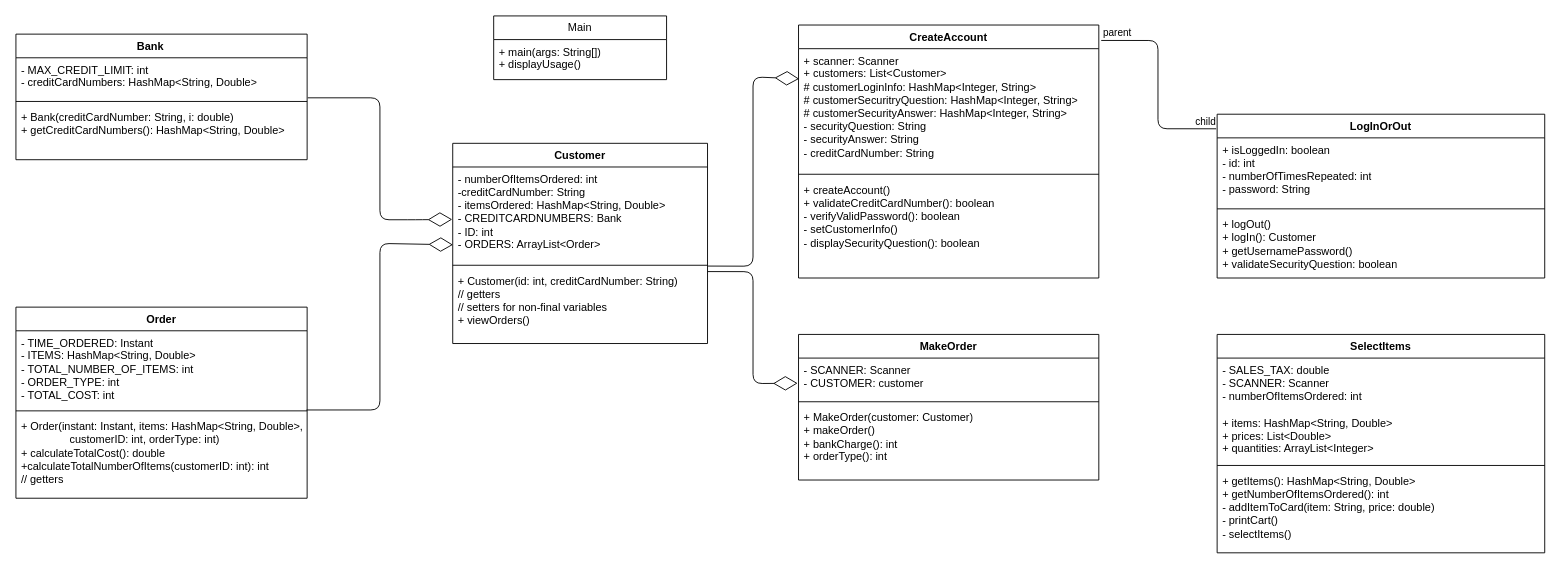
Above: Untitled Diagram.drawio in crapeter/UMLs (draw.io), before the change. Source tidied: cells renumbered, new cells numbered last; positions are measured from the earlier drawing's top-left corner, leaving out a move shared by most shapes. Both pictures are drawn from the tidied source at 91%, with x=0, y=0 at pixel (15, 15).
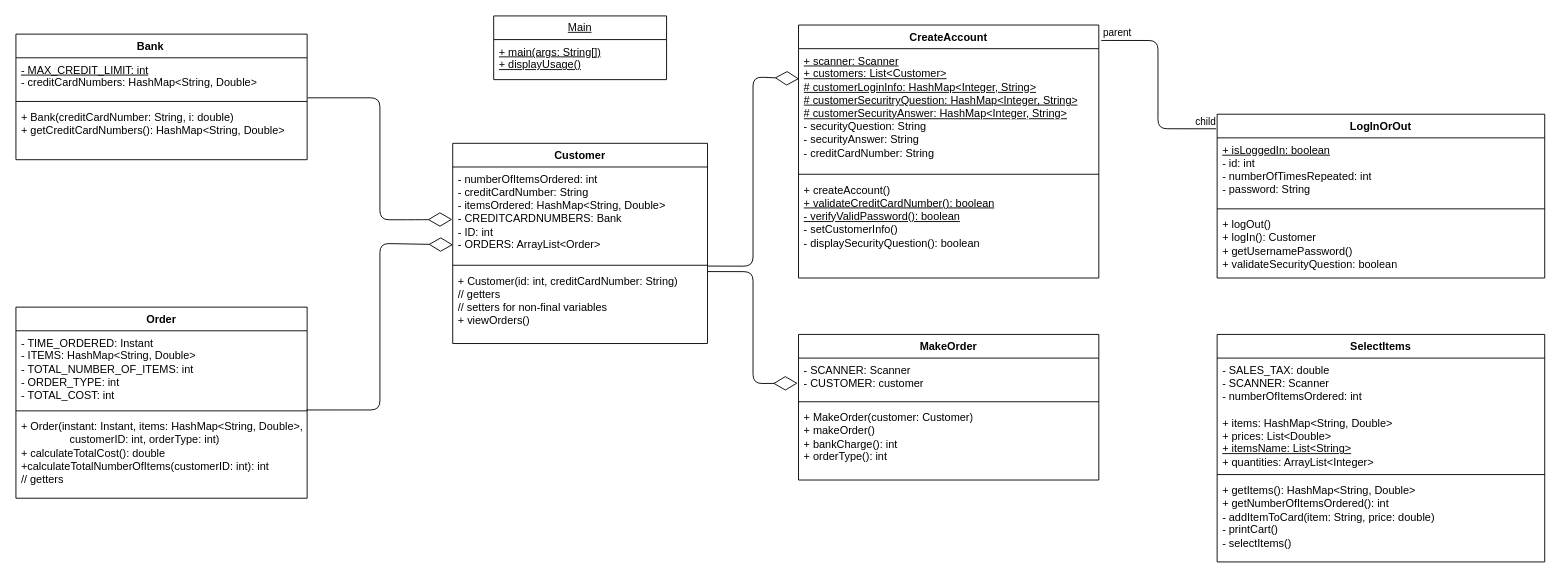
Above is the later version.

Unchanged cells that the change refers to:
```xml
<mxCell id="2" value="Bank&lt;span style=&quot;white-space: pre;&quot;&gt;&#9;&lt;/span&gt;" style="swimlane;fontStyle=1;align=center;verticalAlign=top;horizontal=1;startSize=26;whiteSpace=wrap;html=1;labelBackgroundColor=none;rounded=0;" parent="1" vertex="1">
  <mxGeometry y="20" width="320" height="138" as="geometry" />
</mxCell>
<mxCell id="6" value="CreateAccount" style="swimlane;fontStyle=1;align=center;verticalAlign=top;horizontal=1;startSize=26;whiteSpace=wrap;html=1;labelBackgroundColor=none;rounded=0;" parent="1" vertex="1">
  <mxGeometry x="860" y="10" width="330" height="278" as="geometry" />
</mxCell>
<mxCell id="10" value="Customer" style="swimlane;fontStyle=1;align=center;verticalAlign=top;horizontal=1;startSize=26;whiteSpace=wrap;html=1;labelBackgroundColor=none;rounded=0;" parent="1" vertex="1">
  <mxGeometry x="480" y="140" width="280" height="220" as="geometry" />
</mxCell>
<mxCell id="21" value="LogInOrOut" style="swimlane;fontStyle=1;align=center;verticalAlign=top;horizontal=1;startSize=26;whiteSpace=wrap;html=1;" parent="1" vertex="1">
  <mxGeometry x="1320" y="108" width="360" height="180" as="geometry" />
</mxCell>
```

Diff of the diagram source:
```diff
@@
-    <mxCell id="3" value="&lt;div&gt;- MAX_CREDIT_LIMIT: int&lt;/div&gt;&lt;div&gt;- creditCardNumbers: HashMap&amp;lt;String, Double&amp;gt;&lt;br&gt;&lt;/div&gt;" style="text;align=left;verticalAlign=top;spacingLeft=4;spacingRight=4;overflow=hidden;whiteSpace=wrap;html=1;labelBackgroundColor=none;rounded=0;" parent="2" vertex="1">
+    <mxCell id="3" value="&lt;div&gt;&lt;u&gt;- MAX_CREDIT_LIMIT: int&lt;/u&gt;&lt;/div&gt;&lt;div&gt;- creditCardNumbers: HashMap&amp;lt;String, Double&amp;gt;&lt;u&gt;&lt;br&gt;&lt;/u&gt;&lt;/div&gt;" style="text;align=left;verticalAlign=top;spacingLeft=4;spacingRight=4;overflow=hidden;whiteSpace=wrap;html=1;labelBackgroundColor=none;rounded=0;" parent="2" vertex="1">
       <mxGeometry y="26" width="320" height="44" as="geometry" />
     </mxCell>
@@
-    <mxCell id="7" value="&lt;div&gt;+ scanner: Scanner&lt;/div&gt;&lt;div&gt;+ customers: List&amp;lt;Customer&amp;gt;&lt;/div&gt;&lt;div&gt;# customerLoginInfo: HashMap&amp;lt;Integer, String&amp;gt;&lt;/div&gt;&lt;div&gt;# customerSecuritryQuestion: HashMap&amp;lt;Integer, String&amp;gt;&lt;/div&gt;&lt;div&gt;# customerSecurityAnswer: HashMap&amp;lt;Integer, String&amp;gt;&lt;/div&gt;&lt;div&gt;- securityQuestion: String&lt;/div&gt;&lt;div&gt;- securityAnswer: String&lt;/div&gt;&lt;div&gt;- creditCardNumber: String&lt;br&gt;&lt;/div&gt;" style="text;align=left;verticalAlign=top;spacingLeft=4;spacingRight=4;overflow=hidden;points=[[0,0.5],[1,0.5]];portConstraint=eastwest;whiteSpace=wrap;html=1;labelBackgroundColor=none;rounded=0;" parent="6" vertex="1">
+    <mxCell id="7" value="&lt;div&gt;&lt;u&gt;+ scanner: Scanner&lt;/u&gt;&lt;/div&gt;&lt;div&gt;&lt;u&gt;+ customers: List&amp;lt;Customer&amp;gt;&lt;/u&gt;&lt;/div&gt;&lt;div&gt;&lt;u&gt;# customerLoginInfo: HashMap&amp;lt;Integer, String&amp;gt;&lt;/u&gt;&lt;/div&gt;&lt;div&gt;&lt;u&gt;# customerSecuritryQuestion: HashMap&amp;lt;Integer, String&amp;gt;&lt;/u&gt;&lt;/div&gt;&lt;div&gt;&lt;u&gt;# customerSecurityAnswer: HashMap&amp;lt;Integer, String&amp;gt;&lt;/u&gt;&lt;/div&gt;&lt;div&gt;- securityQuestion: String&lt;/div&gt;&lt;div&gt;- securityAnswer: String&lt;/div&gt;&lt;div&gt;- creditCardNumber: String&lt;br&gt;&lt;/div&gt;" style="text;align=left;verticalAlign=top;spacingLeft=4;spacingRight=4;overflow=hidden;points=[[0,0.5],[1,0.5]];portConstraint=eastwest;whiteSpace=wrap;html=1;labelBackgroundColor=none;rounded=0;" parent="6" vertex="1">
       <mxGeometry y="26" width="330" height="134" as="geometry" />
     </mxCell>
@@
-    <mxCell id="9" value="&lt;div&gt;+ createAccount()&lt;/div&gt;&lt;div&gt;+ validateCreditCardNumber(): boolean&lt;/div&gt;&lt;div&gt;- verifyValidPassword(): boolean&lt;/div&gt;&lt;div&gt;- setCustomerInfo()&lt;/div&gt;&lt;div&gt;- displaySecurityQuestion(): boolean&lt;br&gt;&lt;/div&gt;" style="text;align=left;verticalAlign=top;spacingLeft=4;spacingRight=4;overflow=hidden;whiteSpace=wrap;html=1;labelBackgroundColor=none;rounded=0;" parent="6" vertex="1">
+    <mxCell id="9" value="&lt;div&gt;+ createAccount()&lt;/div&gt;&lt;div&gt;&lt;u&gt;+ validateCreditCardNumber(): boolean&lt;/u&gt;&lt;/div&gt;&lt;div&gt;&lt;u&gt;- verifyValidPassword(): boolean&lt;/u&gt;&lt;/div&gt;&lt;div&gt;- setCustomerInfo()&lt;/div&gt;&lt;div&gt;- displaySecurityQuestion(): boolean&lt;br&gt;&lt;/div&gt;" style="text;align=left;verticalAlign=top;spacingLeft=4;spacingRight=4;overflow=hidden;whiteSpace=wrap;html=1;labelBackgroundColor=none;rounded=0;" parent="6" vertex="1">
       <mxGeometry y="168" width="330" height="110" as="geometry" />
     </mxCell>
@@
-    <mxCell id="11" value="&lt;div&gt;- numberOfItemsOrdered: int&lt;/div&gt;&lt;div&gt;-creditCardNumber: String&lt;/div&gt;&lt;div&gt;- itemsOrdered: HashMap&amp;lt;String, Double&amp;gt;&lt;/div&gt;&lt;div&gt;- CREDITCARDNUMBERS: Bank&lt;/div&gt;&lt;div&gt;- ID: int&lt;/div&gt;&lt;div&gt;- ORDERS: ArrayList&amp;lt;Order&amp;gt;&lt;br&gt;&lt;/div&gt;" style="text;align=left;verticalAlign=top;spacingLeft=4;spacingRight=4;overflow=hidden;points=[[0,0.5],[1,0.5]];portConstraint=eastwest;whiteSpace=wrap;html=1;labelBackgroundColor=none;rounded=0;" parent="10" vertex="1">
+    <mxCell id="11" value="&lt;div&gt;- numberOfItemsOrdered: int&lt;/div&gt;&lt;div&gt;- creditCardNumber: String&lt;/div&gt;&lt;div&gt;- itemsOrdered: HashMap&amp;lt;String, Double&amp;gt;&lt;/div&gt;&lt;div&gt;- CREDITCARDNUMBERS: Bank&lt;/div&gt;&lt;div&gt;- ID: int&lt;/div&gt;&lt;div&gt;- ORDERS: ArrayList&amp;lt;Order&amp;gt;&lt;br&gt;&lt;/div&gt;" style="text;align=left;verticalAlign=top;spacingLeft=4;spacingRight=4;overflow=hidden;points=[[0,0.5],[1,0.5]];portConstraint=eastwest;whiteSpace=wrap;html=1;labelBackgroundColor=none;rounded=0;" parent="10" vertex="1">
       <mxGeometry y="26" width="280" height="104" as="geometry" />
     </mxCell>
@@
-    <mxCell id="22" value="&lt;div&gt;+ isLoggedIn: boolean&lt;/div&gt;&lt;div&gt;- id: int&lt;/div&gt;&lt;div&gt;- numberOfTimesRepeated: int&lt;/div&gt;&lt;div&gt;- password: String&lt;br&gt;&lt;/div&gt;" style="text;align=left;verticalAlign=top;spacingLeft=4;spacingRight=4;overflow=hidden;whiteSpace=wrap;html=1;" parent="21" vertex="1">
+    <mxCell id="22" value="&lt;div&gt;&lt;u&gt;+ isLoggedIn: boolean&lt;/u&gt;&lt;/div&gt;&lt;div&gt;- id: int&lt;/div&gt;&lt;div&gt;- numberOfTimesRepeated: int&lt;/div&gt;&lt;div&gt;- password: String&lt;br&gt;&lt;/div&gt;" style="text;align=left;verticalAlign=top;spacingLeft=4;spacingRight=4;overflow=hidden;whiteSpace=wrap;html=1;" parent="21" vertex="1">
       <mxGeometry y="26" width="360" height="74" as="geometry" />
     </mxCell>
@@
     <mxCell id="33" value="SelectItems" style="swimlane;fontStyle=1;align=center;verticalAlign=top;horizontal=1;startSize=26;whiteSpace=wrap;html=1;" parent="1" vertex="1">
-      <mxGeometry x="1320" y="350" width="360" height="240" as="geometry" />
+      <mxGeometry x="1320" y="350" width="360" height="250" as="geometry" />
     </mxCell>
-    <mxCell id="34" value="&lt;div&gt;- SALES_TAX: double&lt;/div&gt;&lt;div&gt;- SCANNER: Scanner&lt;/div&gt;&lt;div&gt;- numberOfItemsOrdered: int&lt;br&gt;&lt;/div&gt;&lt;div&gt;&lt;br&gt;&lt;/div&gt;&lt;div&gt;+ items: HashMap&amp;lt;String, Double&amp;gt;&lt;/div&gt;&lt;div&gt;+ prices: List&amp;lt;Double&amp;gt;&lt;/div&gt;&lt;div&gt;+ quantities: ArrayList&amp;lt;Integer&amp;gt;&lt;br&gt;&lt;/div&gt;" style="text;strokeColor=none;fillColor=none;align=left;verticalAlign=top;spacingLeft=4;spacingRight=4;overflow=hidden;whiteSpace=wrap;html=1;" parent="33" vertex="1">
-      <mxGeometry y="26" width="360" height="114" as="geometry" />
+    <mxCell id="34" value="&lt;div&gt;- SALES_TAX: double&lt;/div&gt;&lt;div&gt;- SCANNER: Scanner&lt;/div&gt;&lt;div&gt;- numberOfItemsOrdered: int&lt;br&gt;&lt;/div&gt;&lt;div&gt;&lt;br&gt;&lt;/div&gt;&lt;div&gt;+ items: HashMap&amp;lt;String, Double&amp;gt;&lt;/div&gt;&lt;div&gt;+ prices: List&amp;lt;Double&amp;gt;&lt;/div&gt;&lt;div&gt;&lt;u&gt;+ itemsName: List&amp;lt;String&amp;gt;&lt;/u&gt;&lt;br&gt;&lt;/div&gt;&lt;div&gt;+ quantities: ArrayList&amp;lt;Integer&amp;gt;&lt;br&gt;&lt;/div&gt;" style="text;strokeColor=none;fillColor=none;align=left;verticalAlign=top;spacingLeft=4;spacingRight=4;overflow=hidden;whiteSpace=wrap;html=1;" parent="33" vertex="1">
+      <mxGeometry y="26" width="360" height="124" as="geometry" />
     </mxCell>
     <mxCell id="35" style="line;strokeWidth=1;fillColor=none;align=left;verticalAlign=middle;spacingTop=-1;spacingLeft=3;spacingRight=3;labelPosition=right;strokeColor=inherit;" parent="33" vertex="1">
-      <mxGeometry y="140" width="360" height="8" as="geometry" />
+      <mxGeometry y="150" width="360" height="8" as="geometry" />
     </mxCell>
     <mxCell id="36" value="&lt;div&gt;+ getItems(): HashMap&amp;lt;String, Double&amp;gt;&lt;/div&gt;&lt;div&gt;+ getNumberOfItemsOrdered(): int&lt;/div&gt;&lt;div&gt;- addItemToCard(item: String, price: double)&lt;/div&gt;&lt;div&gt;- printCart()&lt;/div&gt;&lt;div&gt;- selectItems()&lt;br&gt;&lt;/div&gt;" style="text;strokeColor=none;fillColor=none;align=left;verticalAlign=top;spacingLeft=4;spacingRight=4;overflow=hidden;whiteSpace=wrap;html=1;" parent="33" vertex="1">
-      <mxGeometry y="148" width="360" height="92" as="geometry" />
+      <mxGeometry y="158" width="360" height="92" as="geometry" />
     </mxCell>
-    <mxCell id="37" value="Main" style="swimlane;fontStyle=0;horizontal=1;startSize=26;fillColor=none;whiteSpace=wrap;html=1;" parent="1" vertex="1">
+    <mxCell id="37" value="&lt;u&gt;Main&lt;/u&gt;" style="swimlane;fontStyle=0;horizontal=1;startSize=26;fillColor=none;whiteSpace=wrap;html=1;" parent="1" vertex="1">
       <mxGeometry x="525" width="190" height="70" as="geometry" />
     </mxCell>
-    <mxCell id="38" value="&lt;div&gt;+ main(args: String[])&lt;/div&gt;&lt;div&gt;+ displayUsage()&lt;br&gt;&lt;/div&gt;" style="text;strokeColor=none;fillColor=none;align=left;verticalAlign=top;spacingLeft=4;spacingRight=4;overflow=hidden;whiteSpace=wrap;html=1;" parent="37" vertex="1">
+    <mxCell id="38" value="&lt;div&gt;&lt;u&gt;+ main(args: String[])&lt;/u&gt;&lt;/div&gt;&lt;div&gt;&lt;u&gt;+ displayUsage()&lt;br&gt;&lt;/u&gt;&lt;/div&gt;" style="text;strokeColor=none;fillColor=none;align=left;verticalAlign=top;spacingLeft=4;spacingRight=4;overflow=hidden;whiteSpace=wrap;html=1;" parent="37" vertex="1">
       <mxGeometry y="26" width="190" height="44" as="geometry" />
     </mxCell>
```
